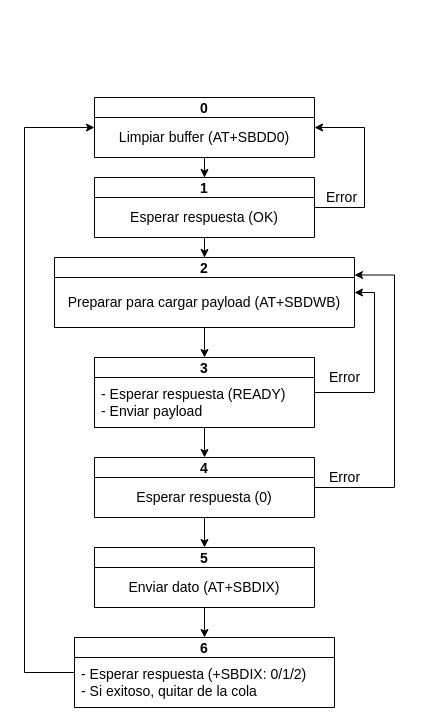
This is page "SendFSM" (3 of 3) of docs/Diagramas/Estacion rio jachal.drawio from AgustinAllegui/Estacion-calidad-agua, a draw.io file, before an edit. Source tidied: cells renumbered, new cells numbered last; positions are measured from the earlier drawing's top-left corner, leaving out a move shared by most shapes. Both pictures are drawn from the tidied source at 100%, with x=0, y=0 at pixel (24, 97).
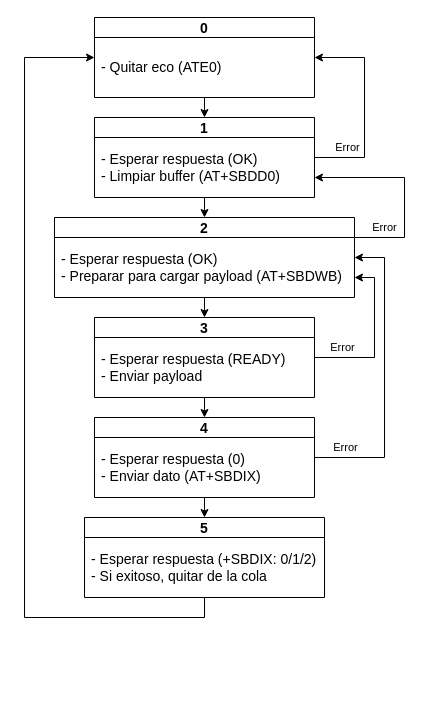
The same diagram, later.

Change to the diagram source:
```diff
@@
+    <mxCell id="26" style="edgeStyle=orthogonalEdgeStyle;rounded=0;jettySize=auto;html=1;exitX=0.5;exitY=1;exitDx=0;exitDy=0;entryX=0.5;entryY=0;entryDx=0;entryDy=0;" parent="1" edge="1" source="2" target="6">
+      <mxGeometry relative="1" as="geometry" />
+    </mxCell>
     <mxCell id="2" value="0" style="swimlane;labelBackgroundColor=none;labelBorderColor=none;fontFamily=Helvetica;fontSize=14;fontColor=#000000;fillColor=default;startSize=20;" parent="1" vertex="1">
-      <mxGeometry x="70" width="220" height="60" as="geometry" />
+      <mxGeometry x="70" y="-80" width="220" height="80" as="geometry" />
     </mxCell>
+    <mxCell id="27" value="- Quitar eco (ATE0)" style="text;html=1;align=left;verticalAlign=middle;whiteSpace=wrap;rounded=0;labelBackgroundColor=none;labelBorderColor=none;fontFamily=Helvetica;fontSize=14;fontColor=default;spacingLeft=5;" parent="2" vertex="1">
+      <mxGeometry y="20" width="220" height="60" as="geometry" />
+    </mxCell>
+    <mxCell id="5" style="edgeStyle=orthogonalEdgeStyle;rounded=0;jettySize=auto;html=1;exitX=0.5;exitY=1;exitDx=0;exitDy=0;entryX=0.5;entryY=0;entryDx=0;entryDy=0;" parent="1" edge="1" source="6" target="9">
+      <mxGeometry relative="1" as="geometry" />
+    </mxCell>
+    <mxCell id="28" value="Error" style="edgeStyle=orthogonalEdgeStyle;rounded=0;jettySize=auto;html=1;entryX=1;entryY=0.5;entryDx=0;entryDy=0;exitX=1;exitY=0.5;exitDx=0;exitDy=0;" parent="1" edge="1" source="6" target="2">
+      <mxGeometry x="-0.67" y="10" relative="1" as="geometry">
+        <Array as="points">
+          <mxPoint x="340" y="60" />
+          <mxPoint x="340" y="-40" />
+        </Array>
+      </mxGeometry>
+    </mxCell>
+    <mxCell id="6" value="1" style="swimlane;labelBackgroundColor=none;labelBorderColor=none;fontFamily=Helvetica;fontSize=14;fontColor=#000000;fillColor=default;startSize=20;" parent="1" vertex="1">
+      <mxGeometry x="70" y="20" width="220" height="80" as="geometry" />
+    </mxCell>
-    <mxCell id="3" value="Limpiar buffer (&lt;span&gt;AT+SBDD0)&lt;/span&gt;" style="text;html=1;align=center;verticalAlign=middle;whiteSpace=wrap;rounded=0;labelBackgroundColor=none;labelBorderColor=none;fontFamily=Helvetica;fontSize=14;fontColor=default;" parent="2" vertex="1">
-      <mxGeometry y="20" width="220" height="40" as="geometry" />
+    <mxCell id="3" value="&lt;span style=&quot;&quot;&gt;- Esperar respuesta (OK)&lt;br&gt;&lt;/span&gt;- Limpiar buffer (&lt;span&gt;AT+SBDD0)&lt;/span&gt;" style="text;html=1;align=left;verticalAlign=middle;whiteSpace=wrap;rounded=0;labelBackgroundColor=none;labelBorderColor=none;fontFamily=Helvetica;fontSize=14;fontColor=default;spacingLeft=5;" parent="6" vertex="1">
+      <mxGeometry y="20" width="220" height="60" as="geometry" />
     </mxCell>
-    <mxCell id="4" value="Error" style="edgeStyle=orthogonalEdgeStyle;rounded=0;jettySize=auto;html=1;entryX=1;entryY=0.25;entryDx=0;entryDy=0;fontFamily=Helvetica;fontSize=14;fontColor=default;" parent="1" edge="1" source="6" target="3">
-      <mxGeometry x="-0.7" y="10" relative="1" as="geometry">
-        <Array as="points">
-          <mxPoint x="340" y="110" />
-          <mxPoint x="340" y="30" />
-        </Array>
-      </mxGeometry>
-    </mxCell>
-    <mxCell id="5" style="edgeStyle=orthogonalEdgeStyle;rounded=0;jettySize=auto;html=1;entryX=0.5;entryY=0;entryDx=0;entryDy=0;fontFamily=Helvetica;fontSize=14;fontColor=default;" parent="1" edge="1" source="6" target="9">
-      <mxGeometry relative="1" as="geometry" />
-    </mxCell>
-    <mxCell id="6" value="1" style="swimlane;labelBackgroundColor=none;labelBorderColor=none;fontFamily=Helvetica;fontSize=14;fontColor=#000000;fillColor=default;startSize=20;" parent="1" vertex="1">
-      <mxGeometry x="70" y="80" width="220" height="60" as="geometry" />
-    </mxCell>
-    <mxCell id="7" value="Esperar respuesta (OK)" style="text;html=1;align=center;verticalAlign=middle;whiteSpace=wrap;rounded=0;labelBackgroundColor=none;labelBorderColor=none;fontFamily=Helvetica;fontSize=14;fontColor=default;" parent="6" vertex="1">
-      <mxGeometry y="20" width="220" height="40" as="geometry" />
-    </mxCell>
-    <mxCell id="8" style="edgeStyle=orthogonalEdgeStyle;rounded=0;jettySize=auto;html=1;exitX=0.5;exitY=1;exitDx=0;exitDy=0;fontFamily=Helvetica;fontSize=14;fontColor=default;" parent="1" edge="1" source="3" target="6">
-      <mxGeometry relative="1" as="geometry" />
-    </mxCell>
+    <mxCell id="29" style="edgeStyle=orthogonalEdgeStyle;rounded=0;jettySize=auto;html=1;exitX=0.5;exitY=1;exitDx=0;exitDy=0;entryX=0.5;entryY=0;entryDx=0;entryDy=0;" parent="1" edge="1" source="9" target="13">
+      <mxGeometry relative="1" as="geometry" />
+    </mxCell>
+    <mxCell id="30" value="Error" style="edgeStyle=orthogonalEdgeStyle;rounded=0;jettySize=auto;html=1;exitX=1;exitY=0.25;exitDx=0;exitDy=0;entryX=1;entryY=0.75;entryDx=0;entryDy=0;" parent="1" edge="1" source="9" target="6">
+      <mxGeometry x="-0.7" y="10" relative="1" as="geometry">
+        <Array as="points">
+          <mxPoint x="380" y="140" />
+          <mxPoint x="380" y="80" />
+        </Array>
+      </mxGeometry>
+    </mxCell>
     <mxCell id="9" value="2" style="swimlane;labelBackgroundColor=none;labelBorderColor=none;fontFamily=Helvetica;fontSize=14;fontColor=#000000;fillColor=default;startSize=20;" parent="1" vertex="1">
-      <mxGeometry x="30" y="160" width="300" height="70" as="geometry" />
+      <mxGeometry x="30" y="120" width="300" height="80" as="geometry" />
     </mxCell>
-    <mxCell id="10" value="Preparar para cargar payload (AT+SBDWB)" style="text;html=1;align=center;verticalAlign=middle;whiteSpace=wrap;rounded=0;labelBackgroundColor=none;labelBorderColor=none;fontFamily=Helvetica;fontSize=14;fontColor=default;" parent="9" vertex="1">
-      <mxGeometry y="20" width="300" height="50" as="geometry" />
-    </mxCell>
+    <mxCell id="31" value="- Esperar respuesta (OK)&lt;br&gt;- Preparar para cargar payload (AT+SBDWB)" style="text;html=1;align=left;verticalAlign=middle;whiteSpace=wrap;rounded=0;labelBackgroundColor=none;labelBorderColor=none;fontFamily=Helvetica;fontSize=14;fontColor=default;spacingLeft=5;" parent="9" vertex="1">
+      <mxGeometry y="20" width="300" height="60" as="geometry" />
+    </mxCell>
-    <mxCell id="11" style="edgeStyle=orthogonalEdgeStyle;rounded=0;jettySize=auto;html=1;entryX=0.5;entryY=0;entryDx=0;entryDy=0;fontFamily=Helvetica;fontSize=14;fontColor=default;" parent="1" edge="1" source="13" target="17">
+    <mxCell id="11" style="edgeStyle=orthogonalEdgeStyle;rounded=0;jettySize=auto;html=1;exitX=0.5;exitY=1;exitDx=0;exitDy=0;entryX=0.5;entryY=0;entryDx=0;entryDy=0;" parent="1" edge="1" source="13" target="17">
       <mxGeometry relative="1" as="geometry" />
     </mxCell>
-    <mxCell id="12" value="Error" style="edgeStyle=orthogonalEdgeStyle;rounded=0;jettySize=auto;html=1;entryX=1;entryY=0.5;entryDx=0;entryDy=0;fontFamily=Helvetica;fontSize=14;fontColor=default;" parent="1" edge="1" source="13" target="9">
-      <mxGeometry x="-0.67" y="15" relative="1" as="geometry">
+    <mxCell id="12" value="Error" style="edgeStyle=orthogonalEdgeStyle;rounded=0;jettySize=auto;html=1;exitX=1;exitY=0.5;exitDx=0;exitDy=0;entryX=1;entryY=0.75;entryDx=0;entryDy=0;" parent="1" edge="1" source="13" target="9">
+      <mxGeometry x="-0.65" y="10" relative="1" as="geometry">
         <Array as="points">
-          <mxPoint x="350" y="295" />
-          <mxPoint x="350" y="195" />
+          <mxPoint x="350" y="260" />
+          <mxPoint x="350" y="180" />
         </Array>
       </mxGeometry>
     </mxCell>
     <mxCell id="13" value="3" style="swimlane;labelBackgroundColor=none;labelBorderColor=none;fontFamily=Helvetica;fontSize=14;fontColor=#000000;fillColor=default;startSize=20;" parent="1" vertex="1">
-      <mxGeometry x="70" y="260" width="220" height="70" as="geometry" />
+      <mxGeometry x="70" y="220" width="220" height="80" as="geometry" />
     </mxCell>
     <mxCell id="14" value="- Esperar respuesta (READY)&lt;br&gt;- Enviar payload" style="text;html=1;align=left;verticalAlign=middle;whiteSpace=wrap;rounded=0;labelBackgroundColor=none;labelBorderColor=none;fontFamily=Helvetica;fontSize=14;fontColor=default;spacingLeft=5;" parent="13" vertex="1">
-      <mxGeometry y="20" width="220" height="50" as="geometry" />
+      <mxGeometry y="20" width="220" height="60" as="geometry" />
     </mxCell>
+    <mxCell id="16" style="edgeStyle=orthogonalEdgeStyle;rounded=0;jettySize=auto;html=1;exitX=0.5;exitY=1;exitDx=0;exitDy=0;entryX=0.5;entryY=0;entryDx=0;entryDy=0;" parent="1" edge="1" source="17" target="19">
+      <mxGeometry relative="1" as="geometry" />
+    </mxCell>
-    <mxCell id="15" value="Error" style="edgeStyle=orthogonalEdgeStyle;rounded=0;jettySize=auto;html=1;entryX=1;entryY=0.25;entryDx=0;entryDy=0;fontFamily=Helvetica;fontSize=14;fontColor=default;" parent="1" edge="1" source="17" target="9">
-      <mxGeometry x="-0.82" y="10" relative="1" as="geometry">
+    <mxCell id="15" value="Error" style="edgeStyle=orthogonalEdgeStyle;rounded=0;jettySize=auto;html=1;exitX=1;exitY=0.5;exitDx=0;exitDy=0;entryX=1;entryY=0.5;entryDx=0;entryDy=0;" parent="1" edge="1" source="17" target="9">
+      <mxGeometry x="-0.79" y="10" relative="1" as="geometry">
         <Array as="points">
-          <mxPoint x="370" y="390" />
-          <mxPoint x="370" y="178" />
-          <mxPoint x="330" y="178" />
+          <mxPoint x="360" y="360" />
+          <mxPoint x="360" y="160" />
         </Array>
       </mxGeometry>
     </mxCell>
-    <mxCell id="16" style="edgeStyle=orthogonalEdgeStyle;rounded=0;jettySize=auto;html=1;entryX=0.5;entryY=0;entryDx=0;entryDy=0;fontFamily=Helvetica;fontSize=14;fontColor=default;" parent="1" edge="1" source="17" target="19">
-      <mxGeometry relative="1" as="geometry" />
-    </mxCell>
     <mxCell id="17" value="4" style="swimlane;labelBackgroundColor=none;labelBorderColor=none;fontFamily=Helvetica;fontSize=14;fontColor=#000000;fillColor=default;startSize=20;" parent="1" vertex="1">
-      <mxGeometry x="70" y="360" width="220" height="60" as="geometry" />
+      <mxGeometry x="70" y="320" width="220" height="80" as="geometry" />
     </mxCell>
-    <mxCell id="18" value="Esperar respuesta (0)" style="text;html=1;align=center;verticalAlign=middle;whiteSpace=wrap;rounded=0;labelBackgroundColor=none;labelBorderColor=none;fontFamily=Helvetica;fontSize=14;fontColor=default;" parent="17" vertex="1">
-      <mxGeometry y="20" width="220" height="40" as="geometry" />
+    <mxCell id="18" value="- Esperar respuesta (0)&lt;br&gt;- Enviar dato (AT+SBDIX)" style="text;html=1;align=left;verticalAlign=middle;whiteSpace=wrap;rounded=0;labelBackgroundColor=none;labelBorderColor=none;fontFamily=Helvetica;fontSize=14;fontColor=default;spacingLeft=5;" parent="17" vertex="1">
+      <mxGeometry y="20" width="220" height="60" as="geometry" />
     </mxCell>
+    <mxCell id="32" style="edgeStyle=orthogonalEdgeStyle;rounded=0;jettySize=auto;html=1;exitX=0.5;exitY=1;exitDx=0;exitDy=0;entryX=0;entryY=0.5;entryDx=0;entryDy=0;" parent="1" edge="1" source="19" target="2">
+      <mxGeometry relative="1" as="geometry">
+        <Array as="points">
+          <mxPoint x="180" y="520" />
+          <mxPoint y="520" />
+          <mxPoint y="-40" />
+        </Array>
+      </mxGeometry>
+    </mxCell>
     <mxCell id="19" value="5" style="swimlane;labelBackgroundColor=none;labelBorderColor=none;fontFamily=Helvetica;fontSize=14;fontColor=#000000;fillColor=default;startSize=20;" parent="1" vertex="1">
-      <mxGeometry x="70" y="450" width="220" height="60" as="geometry" />
+      <mxGeometry x="60" y="420" width="240" height="80" as="geometry" />
     </mxCell>
-    <mxCell id="20" value="Enviar dato (AT+SBDIX)" style="text;html=1;align=center;verticalAlign=middle;whiteSpace=wrap;rounded=0;labelBackgroundColor=none;labelBorderColor=none;fontFamily=Helvetica;fontSize=14;fontColor=default;" parent="19" vertex="1">
-      <mxGeometry y="20" width="220" height="40" as="geometry" />
-    </mxCell>
-    <mxCell id="21" style="edgeStyle=orthogonalEdgeStyle;rounded=0;jettySize=auto;html=1;entryX=0;entryY=0.5;entryDx=0;entryDy=0;fontFamily=Helvetica;fontSize=14;fontColor=default;" parent="1" edge="1" source="22" target="2">
-      <mxGeometry relative="1" as="geometry">
-        <Array as="points">
-          <mxPoint y="575" />
-          <mxPoint y="30" />
-        </Array>
-      </mxGeometry>
-    </mxCell>
-    <mxCell id="22" value="6" style="swimlane;labelBackgroundColor=none;labelBorderColor=none;fontFamily=Helvetica;fontSize=14;fontColor=#000000;fillColor=default;startSize=20;" parent="1" vertex="1">
-      <mxGeometry x="50" y="540" width="260" height="70" as="geometry" />
-    </mxCell>
-    <mxCell id="23" value="- Esperar respuesta (+SBDIX: 0/1/2)&lt;br&gt;- Si exitoso, quitar de la cola" style="text;html=1;align=left;verticalAlign=middle;whiteSpace=wrap;rounded=0;labelBackgroundColor=none;labelBorderColor=none;fontFamily=Helvetica;fontSize=14;fontColor=default;spacingLeft=5;" parent="22" vertex="1">
-      <mxGeometry y="20" width="260" height="50" as="geometry" />
+    <mxCell id="23" value="- Esperar respuesta (+SBDIX: 0/1/2)&lt;br&gt;- Si exitoso, quitar de la cola" style="text;html=1;align=left;verticalAlign=middle;whiteSpace=wrap;rounded=0;labelBackgroundColor=none;labelBorderColor=none;fontFamily=Helvetica;fontSize=14;fontColor=default;spacingLeft=5;" parent="19" vertex="1">
+      <mxGeometry y="20" width="240" height="60" as="geometry" />
     </mxCell>
-    <mxCell id="24" style="edgeStyle=orthogonalEdgeStyle;rounded=0;jettySize=auto;html=1;exitX=0.5;exitY=1;exitDx=0;exitDy=0;entryX=0.5;entryY=0;entryDx=0;entryDy=0;fontFamily=Helvetica;fontSize=14;fontColor=default;" parent="1" edge="1" source="10" target="13">
-      <mxGeometry relative="1" as="geometry" />
-    </mxCell>
-    <mxCell id="25" style="edgeStyle=orthogonalEdgeStyle;rounded=0;jettySize=auto;html=1;fontFamily=Helvetica;fontSize=14;fontColor=default;entryX=0.5;entryY=0;entryDx=0;entryDy=0;" parent="1" edge="1" source="20" target="22">
-      <mxGeometry relative="1" as="geometry" />
-    </mxCell>
```
